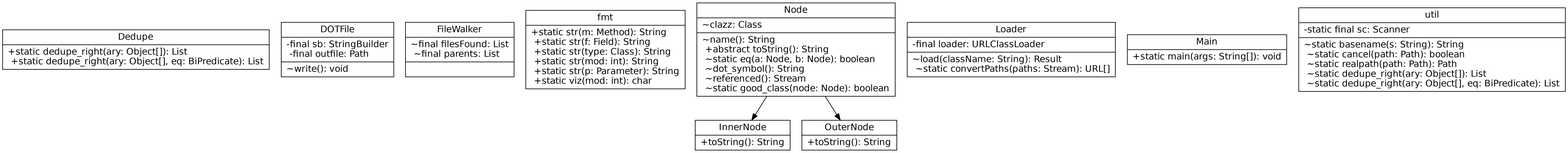
This is UML.png from coalpha/uml-jenerate, a Graphviz export, as it was before one commit. Its source is kept beside it as UML.dot.
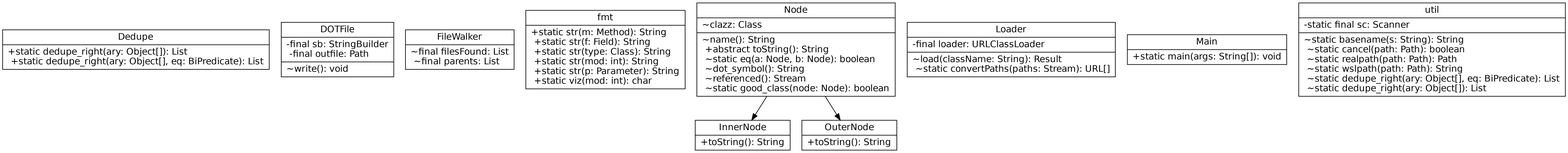
After the commit.

The edit, as a diff of the source:
```diff
@@ -31,7 +31,6 @@
          |
          ~final filesFound: List\l
          ~final parents: List\l
-         |
       }"
    ]
 
@@ -107,8 +106,9 @@
          ~static basename(s: String): String\l
          ~static cancel(path: Path): boolean\l
          ~static realpath(path: Path): Path\l
+         ~static wslpath(path: Path): String\l
+         ~static dedupe_right(ary: Object[], eq: BiPredicate): List\l
          ~static dedupe_right(ary: Object[]): List\l
-         ~static dedupe_right(ary: Object[], eq: BiPredicate): List\l
       }"
    ]
    "Node" -> "InnerNode"
```
